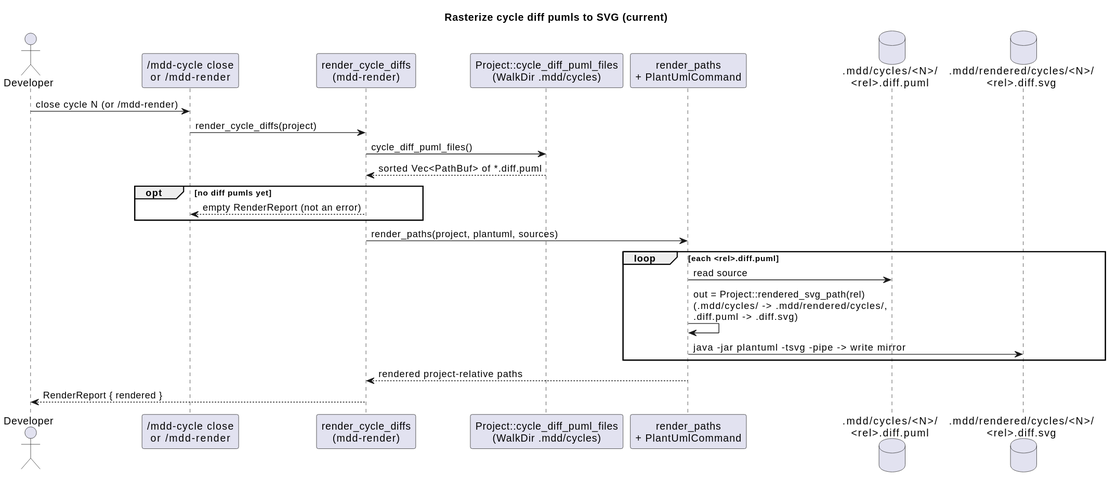
Before: .mdd/rendered/models/current/sequences/cycle-diff-render.svg, a diagram exported from PlantUML (cthadeufaria/model-driven-development).
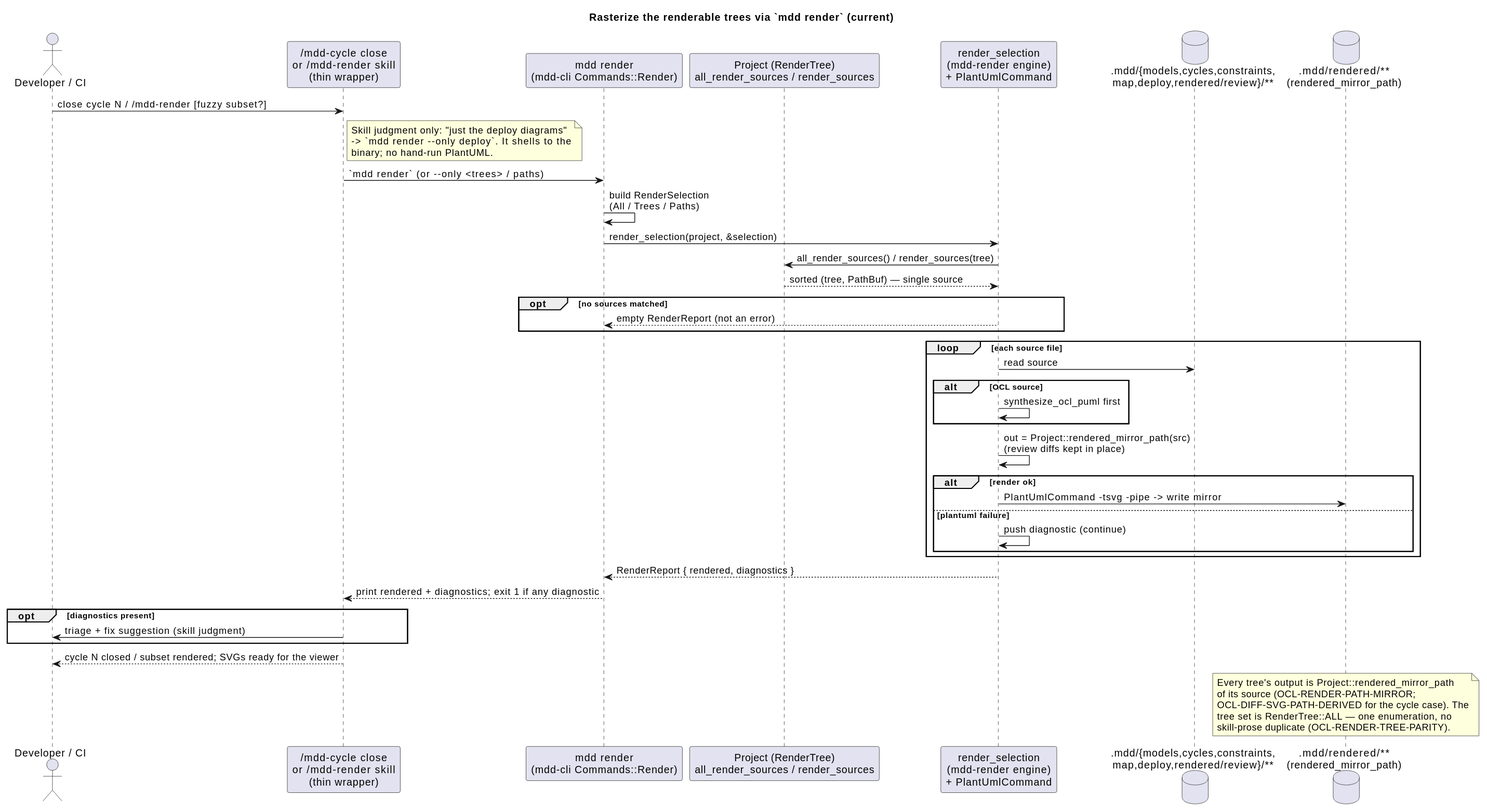
The same file after the commit.

What changed in the source:
```diff
@@ -1,27 +1,52 @@
 @startuml
-title Rasterize cycle diff pumls to SVG (current)
+title Rasterize the renderable trees via `mdd render` (current)
 
-actor "Developer" as Dev
-participant "/mdd-cycle close\nor /mdd-render" as Trigger
-participant "render_cycle_diffs\n(mdd-render)" as Rend
-participant "Project::cycle_diff_puml_files\n(WalkDir .mdd/cycles)" as Core
-participant "render_paths\n+ PlantUmlCommand" as Paths
-database ".mdd/cycles/<N>/\n<rel>.diff.puml" as Store
-database ".mdd/rendered/cycles/<N>/\n<rel>.diff.svg" as Out
+actor "Developer / CI" as Dev
+participant "/mdd-cycle close\nor /mdd-render skill\n(thin wrapper)" as Trigger
+participant "mdd render\n(mdd-cli Commands::Render)" as Cli
+participant "Project (RenderTree)\nall_render_sources / render_sources" as Core
+participant "render_selection\n(mdd-render engine)\n+ PlantUmlCommand" as Rend
+database ".mdd/{models,cycles,constraints,\nmap,deploy,rendered/review}/**" as Store
+database ".mdd/rendered/**\n(rendered_mirror_path)" as Out
 
-Dev -> Trigger : close cycle N (or /mdd-render)
-Trigger -> Rend : render_cycle_diffs(project)
-Rend -> Core : cycle_diff_puml_files()
-Core --> Rend : sorted Vec<PathBuf> of *.diff.puml
-opt no diff pumls yet
-  Rend --> Trigger : empty RenderReport (not an error)
+Dev -> Trigger : close cycle N  /  /mdd-render [fuzzy subset?]
+note right of Trigger
+  Skill judgment only: "just the deploy diagrams"
+  -> `mdd render --only deploy`. It shells to the
+  binary; no hand-run PlantUML.
+end note
+Trigger -> Cli : `mdd render` (or --only <trees> / paths)
+Cli -> Cli : build RenderSelection\n(All / Trees / Paths)
+Cli -> Rend : render_selection(project, &selection)
+Rend -> Core : all_render_sources() / render_sources(tree)
+Core --> Rend : sorted (tree, PathBuf) — single source
+opt no sources matched
+  Rend --> Cli : empty RenderReport (not an error)
 end
-Rend -> Paths : render_paths(project, plantuml, sources)
-loop each <rel>.diff.puml
-  Paths -> Store : read source
-  Paths -> Paths : out = Project::rendered_svg_path(rel)\n(.mdd/cycles/ -> .mdd/rendered/cycles/,\n.diff.puml -> .diff.svg)
-  Paths -> Out : java -jar plantuml -tsvg -pipe -> write mirror
+loop each source file
+  Rend -> Store : read source
+  alt OCL source
+    Rend -> Rend : synthesize_ocl_puml first
+  end
+  Rend -> Rend : out = Project::rendered_mirror_path(src)\n(review diffs kept in place)
+  alt render ok
+    Rend -> Out : PlantUmlCommand -tsvg -pipe -> write mirror
+  else plantuml failure
+    Rend -> Rend : push diagnostic (continue)
+  end
 end
-Paths --> Rend : rendered project-relative paths
-Rend --> Dev : RenderReport { rendered }
+Rend --> Cli : RenderReport { rendered, diagnostics }
+Cli --> Trigger : print rendered + diagnostics; exit 1 if any diagnostic
+opt diagnostics present
+  Trigger -> Dev : triage + fix suggestion (skill judgment)
+end
+Trigger --> Dev : cycle N closed / subset rendered; SVGs ready for the viewer
+
+note over Out
+  Every tree's output is Project::rendered_mirror_path
+  of its source (OCL-RENDER-PATH-MIRROR;
+  OCL-DIFF-SVG-PATH-DERIVED for the cycle case). The
+  tree set is RenderTree::ALL — one enumeration, no
+  skill-prose duplicate (OCL-RENDER-TREE-PARITY).
+end note
 @enduml
```
